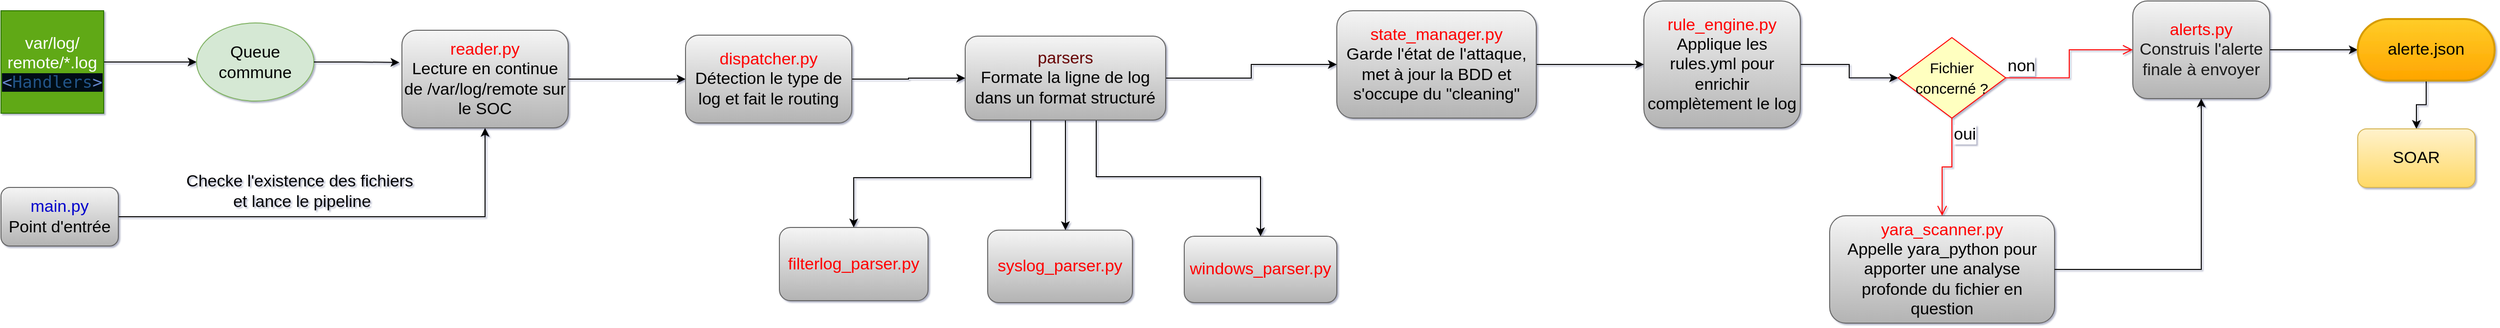
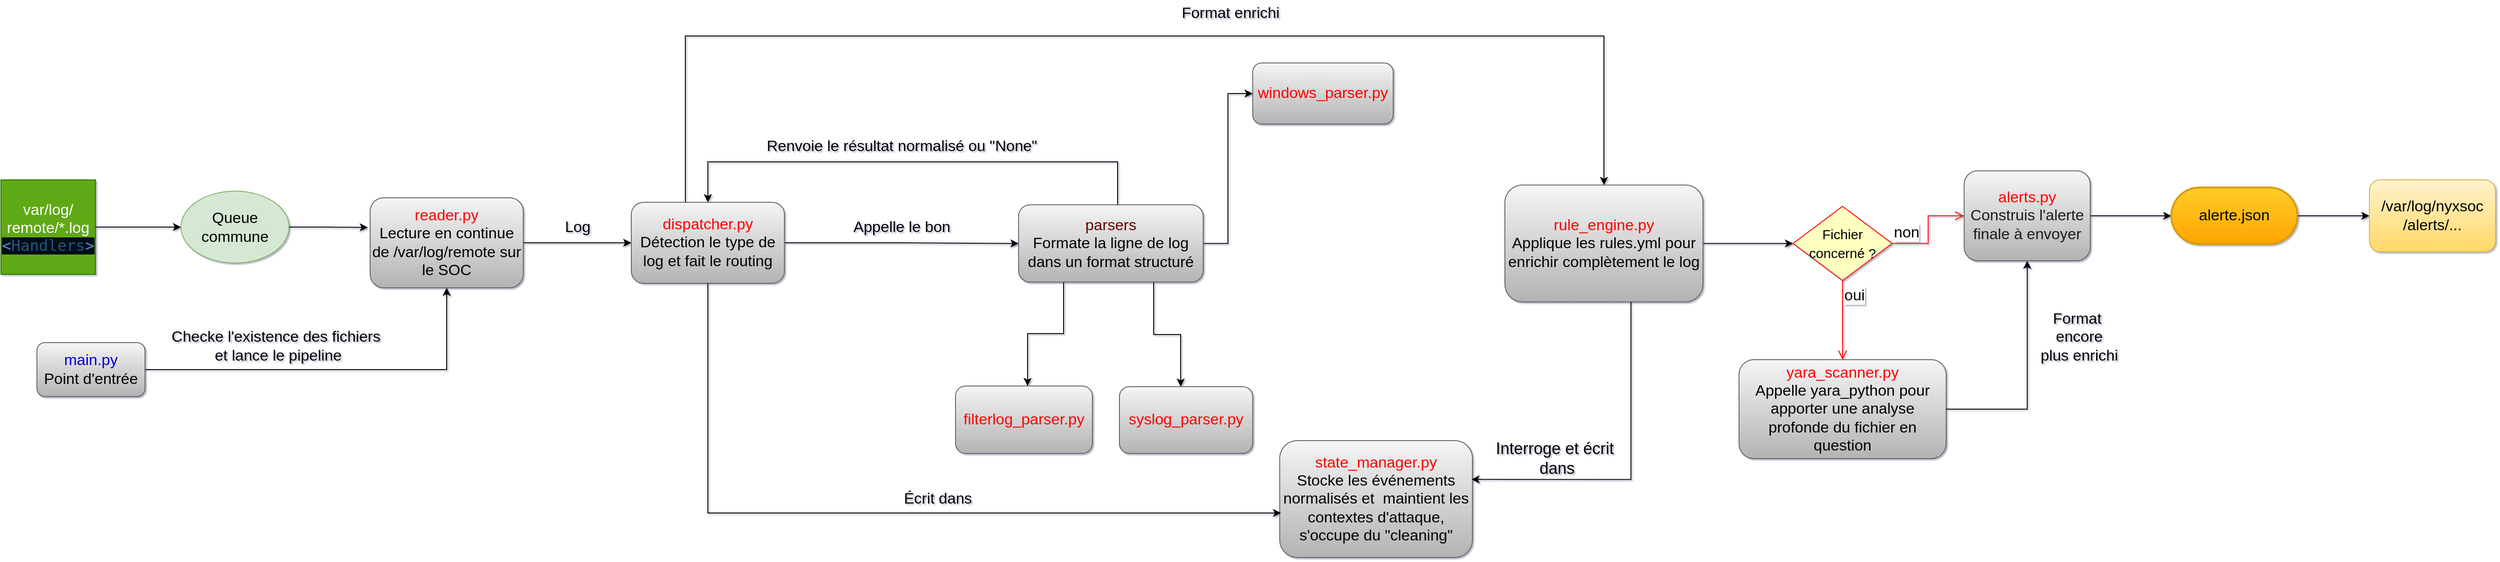
<mxfile host="Electron" agent="Mozilla/5.0 (X11; Linux x86_64) AppleWebKit/537.36 (KHTML, like Gecko) draw.io/28.2.5 Chrome/138.0.7204.251 Electron/37.6.1 Safari/537.36" version="28.2.5">
  <diagram name="Page-1" id="qJWeKlXTK-gKZJ3eUSt9">
-     <mxGraphModel dx="1892" dy="620" grid="1" gridSize="10" guides="1" tooltips="1" connect="1" arrows="1" fold="1" page="1" pageScale="1" pageWidth="850" pageHeight="1100" background="none" math="0" shadow="1">
+     <mxGraphModel dx="1892" dy="1720" grid="1" gridSize="10" guides="1" tooltips="1" connect="1" arrows="1" fold="1" page="1" pageScale="1" pageWidth="850" pageHeight="1100" background="none" math="0" shadow="1">
      <root>
        <mxCell id="0" />
        <mxCell id="1" parent="0" />
        <mxCell id="9cHgzWkD367EiADxWz_H-20" style="edgeStyle=orthogonalEdgeStyle;rounded=0;orthogonalLoop=1;jettySize=auto;html=1;" parent="1" source="pcub9_wHz_MF4MuEqVLh-2" target="pcub9_wHz_MF4MuEqVLh-5" edge="1">
          <mxGeometry relative="1" as="geometry" />
        </mxCell>
        <mxCell id="pcub9_wHz_MF4MuEqVLh-2" value="&lt;font style=&quot;color: rgb(0, 0, 204);&quot;&gt;main.py&lt;/font&gt;&lt;div&gt;Point d&#39;entrée&lt;/div&gt;" style="rounded=1;whiteSpace=wrap;html=1;fillColor=#f5f5f5;strokeColor=#666666;gradientColor=#b3b3b3;fontSize=17;" parent="1" vertex="1">
-           <mxGeometry x="-600" y="281" width="120" height="60" as="geometry" />
+           <mxGeometry x="-560" y="281" width="120" height="60" as="geometry" />
        </mxCell>
        <mxCell id="pcub9_wHz_MF4MuEqVLh-3" value="&lt;font style=&quot;color: rgb(255, 0, 0);&quot;&gt;syslog_parser.py&lt;/font&gt;" style="rounded=1;whiteSpace=wrap;html=1;fillColor=#f5f5f5;strokeColor=#666666;gradientColor=#b3b3b3;fontSize=17;" parent="1" vertex="1">
-           <mxGeometry x="409" y="324.75" width="148" height="74.25" as="geometry" />
+           <mxGeometry x="642" y="330" width="148" height="74.25" as="geometry" />
        </mxCell>
        <mxCell id="9cHgzWkD367EiADxWz_H-16" style="edgeStyle=orthogonalEdgeStyle;rounded=0;orthogonalLoop=1;jettySize=auto;html=1;entryX=0;entryY=0.5;entryDx=0;entryDy=0;fontSize=17;" parent="1" source="pcub9_wHz_MF4MuEqVLh-4" target="9cHgzWkD367EiADxWz_H-12" edge="1">
          <mxGeometry relative="1" as="geometry" />
        </mxCell>
        <mxCell id="pcub9_wHz_MF4MuEqVLh-4" value="&lt;font style=&quot;color: rgb(255, 0, 0);&quot;&gt;rule_engine.py&lt;/font&gt;&lt;div&gt;&lt;font style=&quot;color: rgb(0, 0, 0);&quot;&gt;Applique les rules.yml pour enrichir complètement le log&lt;/font&gt;&lt;/div&gt;" style="rounded=1;whiteSpace=wrap;html=1;fillColor=#f5f5f5;strokeColor=#666666;gradientColor=#b3b3b3;fontSize=17;" parent="1" vertex="1">
-           <mxGeometry x="1080" y="90" width="160" height="130" as="geometry" />
+           <mxGeometry x="1070" y="105.75" width="220" height="130" as="geometry" />
        </mxCell>
        <mxCell id="9cHgzWkD367EiADxWz_H-10" style="edgeStyle=orthogonalEdgeStyle;rounded=0;orthogonalLoop=1;jettySize=auto;html=1;fontSize=17;" parent="1" source="pcub9_wHz_MF4MuEqVLh-5" target="SQx8ZzFrdILZ-AVDOKFy-1" edge="1">
          <mxGeometry relative="1" as="geometry" />
        </mxCell>
        <mxCell id="pcub9_wHz_MF4MuEqVLh-5" value="&lt;font style=&quot;color: rgb(255, 0, 0);&quot;&gt;reader.py&lt;/font&gt;&lt;div&gt;Lecture en continue de /var/log/remote sur le SOC&lt;/div&gt;" style="rounded=1;whiteSpace=wrap;html=1;fillColor=#f5f5f5;strokeColor=#666666;gradientColor=#b3b3b3;fontSize=17;" parent="1" vertex="1">
          <mxGeometry x="-190" y="120" width="170" height="100" as="geometry" />
        </mxCell>
        <mxCell id="pcub9_wHz_MF4MuEqVLh-6" value="&lt;font style=&quot;color: rgb(255, 0, 0);&quot;&gt;filterlog_parser.py&lt;/font&gt;" style="rounded=1;whiteSpace=wrap;html=1;fillColor=#f5f5f5;strokeColor=#666666;gradientColor=#b3b3b3;fontSize=17;" parent="1" vertex="1">
-           <mxGeometry x="196" y="322" width="152" height="75" as="geometry" />
+           <mxGeometry x="460" y="329.25" width="152" height="75" as="geometry" />
        </mxCell>
-         <mxCell id="9cHgzWkD367EiADxWz_H-15" style="edgeStyle=orthogonalEdgeStyle;rounded=0;orthogonalLoop=1;jettySize=auto;html=1;fontSize=17;" parent="1" source="pcub9_wHz_MF4MuEqVLh-7" target="pcub9_wHz_MF4MuEqVLh-4" edge="1">
-           <mxGeometry relative="1" as="geometry" />
-         </mxCell>
-         <mxCell id="pcub9_wHz_MF4MuEqVLh-7" value="&lt;font style=&quot;color: rgb(255, 0, 0);&quot;&gt;state_manager.py&lt;/font&gt;&lt;div&gt;&lt;font style=&quot;color: rgb(0, 0, 0);&quot;&gt;Garde l&#39;état de l&#39;attaque, met à jour la BDD et s&#39;occupe du &quot;cleaning&quot;&lt;/font&gt;&lt;/div&gt;" style="rounded=1;whiteSpace=wrap;html=1;fillColor=#f5f5f5;strokeColor=#666666;gradientColor=#b3b3b3;fontSize=17;" parent="1" vertex="1">
-           <mxGeometry x="766" y="100" width="204" height="110" as="geometry" />
+         <mxCell id="pcub9_wHz_MF4MuEqVLh-7" value="&lt;font style=&quot;color: rgb(255, 0, 0);&quot;&gt;state_manager.py&lt;/font&gt;&lt;div&gt;&lt;font style=&quot;color: rgb(0, 0, 0);&quot;&gt;Stocke les événements normalisés et&amp;nbsp; maintient les contextes d&#39;attaque,&lt;/font&gt;&lt;/div&gt;&lt;div&gt;&lt;font style=&quot;color: rgb(0, 0, 0);&quot;&gt;s&#39;occupe du &quot;cleaning&quot;&lt;/font&gt;&lt;/div&gt;" style="rounded=1;whiteSpace=wrap;html=1;fillColor=#f5f5f5;strokeColor=#666666;gradientColor=#b3b3b3;fontSize=17;" parent="1" vertex="1">
+           <mxGeometry x="820" y="390" width="214" height="130" as="geometry" />
        </mxCell>
        <mxCell id="pcub9_wHz_MF4MuEqVLh-12" style="edgeStyle=orthogonalEdgeStyle;rounded=0;orthogonalLoop=1;jettySize=auto;html=1;fontSize=17;" parent="1" source="pcub9_wHz_MF4MuEqVLh-8" target="pcub9_wHz_MF4MuEqVLh-6" edge="1">
          <mxGeometry relative="1" as="geometry">
            <Array as="points">
-               <mxPoint x="453" y="271" />
-               <mxPoint x="272" y="271" />
+               <mxPoint x="580" y="271" />
+               <mxPoint x="540" y="271" />
            </Array>
          </mxGeometry>
        </mxCell>
-         <mxCell id="pcub9_wHz_MF4MuEqVLh-13" style="edgeStyle=orthogonalEdgeStyle;rounded=0;orthogonalLoop=1;jettySize=auto;html=1;entryX=0.5;entryY=0;entryDx=0;entryDy=0;fontSize=17;" parent="1" source="pcub9_wHz_MF4MuEqVLh-8" target="pcub9_wHz_MF4MuEqVLh-9" edge="1">
+         <mxCell id="IYnnx1RORsS2P3OY62Xk-8" style="edgeStyle=orthogonalEdgeStyle;rounded=0;orthogonalLoop=1;jettySize=auto;html=1;entryX=0.5;entryY=0;entryDx=0;entryDy=0;" edge="1" parent="1" source="pcub9_wHz_MF4MuEqVLh-8" target="SQx8ZzFrdILZ-AVDOKFy-1">
          <mxGeometry relative="1" as="geometry">
            <Array as="points">
-               <mxPoint x="520" y="270" />
-               <mxPoint x="688" y="270" />
+               <mxPoint x="640" y="80" />
+               <mxPoint x="185" y="80" />
            </Array>
          </mxGeometry>
        </mxCell>
-         <mxCell id="pcub9_wHz_MF4MuEqVLh-14" style="edgeStyle=orthogonalEdgeStyle;rounded=0;orthogonalLoop=1;jettySize=auto;html=1;fontSize=17;" parent="1" source="pcub9_wHz_MF4MuEqVLh-8" target="pcub9_wHz_MF4MuEqVLh-3" edge="1">
+         <mxCell id="IYnnx1RORsS2P3OY62Xk-14" style="edgeStyle=orthogonalEdgeStyle;rounded=0;orthogonalLoop=1;jettySize=auto;html=1;entryX=0;entryY=0.5;entryDx=0;entryDy=0;" edge="1" parent="1" source="pcub9_wHz_MF4MuEqVLh-8" target="pcub9_wHz_MF4MuEqVLh-9">
+           <mxGeometry relative="1" as="geometry" />
+         </mxCell>
+         <mxCell id="IYnnx1RORsS2P3OY62Xk-15" style="edgeStyle=orthogonalEdgeStyle;rounded=0;orthogonalLoop=1;jettySize=auto;html=1;" edge="1" parent="1" source="pcub9_wHz_MF4MuEqVLh-8" target="pcub9_wHz_MF4MuEqVLh-3">
          <mxGeometry relative="1" as="geometry">
            <Array as="points">
-               <mxPoint x="480" y="330" />
-               <mxPoint x="480" y="330" />
+               <mxPoint x="680" y="272" />
+               <mxPoint x="710" y="272" />
            </Array>
          </mxGeometry>
        </mxCell>
-         <mxCell id="pcub9_wHz_MF4MuEqVLh-16" style="edgeStyle=orthogonalEdgeStyle;rounded=0;orthogonalLoop=1;jettySize=auto;html=1;fontSize=17;" parent="1" source="pcub9_wHz_MF4MuEqVLh-8" target="pcub9_wHz_MF4MuEqVLh-7" edge="1">
-           <mxGeometry relative="1" as="geometry" />
-         </mxCell>
        <mxCell id="pcub9_wHz_MF4MuEqVLh-8" value="&lt;font style=&quot;color: rgb(102, 0, 0);&quot;&gt;parsers&lt;/font&gt;&lt;div&gt;&lt;font style=&quot;color: rgb(0, 0, 0);&quot;&gt;Formate la ligne de log dans un format structuré&lt;/font&gt;&lt;/div&gt;" style="rounded=1;whiteSpace=wrap;html=1;fillColor=#f5f5f5;strokeColor=#666666;gradientColor=#b3b3b3;fontSize=17;" parent="1" vertex="1">
-           <mxGeometry x="386" y="126" width="205" height="86" as="geometry" />
+           <mxGeometry x="530" y="127.75" width="205" height="86" as="geometry" />
        </mxCell>
        <mxCell id="pcub9_wHz_MF4MuEqVLh-9" value="&lt;font style=&quot;color: rgb(255, 0, 0);&quot;&gt;windows_parser.py&lt;/font&gt;" style="rounded=1;whiteSpace=wrap;html=1;fillColor=#f5f5f5;strokeColor=#666666;gradientColor=#b3b3b3;fontSize=17;" parent="1" vertex="1">
-           <mxGeometry x="610" y="331" width="156" height="68" as="geometry" />
+           <mxGeometry x="790" y="-30" width="156" height="68" as="geometry" />
        </mxCell>
        <mxCell id="pcub9_wHz_MF4MuEqVLh-11" value="Checke l&#39;existence des fichiers&lt;div&gt;&amp;nbsp;et lance le pipeline&lt;/div&gt;" style="text;html=1;align=center;verticalAlign=middle;resizable=0;points=[];autosize=1;strokeColor=none;fillColor=none;fontSize=17;" parent="1" vertex="1">
          <mxGeometry x="-425" y="260" width="260" height="50" as="geometry" />
        </mxCell>
        <mxCell id="pcub9_wHz_MF4MuEqVLh-19" style="edgeStyle=orthogonalEdgeStyle;rounded=0;orthogonalLoop=1;jettySize=auto;html=1;fontSize=17;" parent="1" source="pcub9_wHz_MF4MuEqVLh-17" target="pcub9_wHz_MF4MuEqVLh-18" edge="1">
          <mxGeometry relative="1" as="geometry" />
        </mxCell>
        <mxCell id="pcub9_wHz_MF4MuEqVLh-17" value="&lt;font style=&quot;color: rgb(255, 0, 0);&quot;&gt;alerts.py&lt;/font&gt;&lt;div&gt;&lt;font style=&quot;color: rgb(26, 26, 26);&quot;&gt;Construis l&#39;alerte finale à envoyer&lt;/font&gt;&lt;/div&gt;" style="rounded=1;whiteSpace=wrap;html=1;fillColor=#f5f5f5;strokeColor=#666666;gradientColor=#b3b3b3;fontSize=17;" parent="1" vertex="1">
          <mxGeometry x="1580" y="90" width="140" height="100" as="geometry" />
        </mxCell>
        <mxCell id="9cHgzWkD367EiADxWz_H-18" style="edgeStyle=orthogonalEdgeStyle;rounded=0;orthogonalLoop=1;jettySize=auto;html=1;fontSize=17;" parent="1" source="pcub9_wHz_MF4MuEqVLh-18" target="9cHgzWkD367EiADxWz_H-19" edge="1">
          <mxGeometry relative="1" as="geometry">
            <mxPoint x="1860" y="250" as="targetPoint" />
          </mxGeometry>
        </mxCell>
        <mxCell id="pcub9_wHz_MF4MuEqVLh-18" value="alerte.json" style="rounded=1;whiteSpace=wrap;arcSize=50;strokeWidth=2;fillColor=#ffcd28;gradientColor=#ffa500;strokeColor=#d79b00;fontSize=17;" parent="1" vertex="1">
          <mxGeometry x="1810" y="108.5" width="140" height="63" as="geometry" />
        </mxCell>
-         <mxCell id="9cHgzWkD367EiADxWz_H-11" style="edgeStyle=orthogonalEdgeStyle;rounded=0;orthogonalLoop=1;jettySize=auto;html=1;entryX=0;entryY=0.5;entryDx=0;entryDy=0;fontSize=17;" parent="1" source="SQx8ZzFrdILZ-AVDOKFy-1" target="pcub9_wHz_MF4MuEqVLh-8" edge="1">
+         <mxCell id="IYnnx1RORsS2P3OY62Xk-12" style="edgeStyle=orthogonalEdgeStyle;rounded=0;orthogonalLoop=1;jettySize=auto;html=1;entryX=0;entryY=0.5;entryDx=0;entryDy=0;" edge="1" parent="1" source="SQx8ZzFrdILZ-AVDOKFy-1" target="pcub9_wHz_MF4MuEqVLh-8">
          <mxGeometry relative="1" as="geometry" />
+         </mxCell>
+         <mxCell id="IYnnx1RORsS2P3OY62Xk-16" style="edgeStyle=orthogonalEdgeStyle;rounded=0;orthogonalLoop=1;jettySize=auto;html=1;entryX=0.5;entryY=0;entryDx=0;entryDy=0;" edge="1" parent="1" source="SQx8ZzFrdILZ-AVDOKFy-1" target="pcub9_wHz_MF4MuEqVLh-4">
+           <mxGeometry relative="1" as="geometry">
+             <Array as="points">
+               <mxPoint x="160" y="-60" />
+               <mxPoint x="1180" y="-60" />
+             </Array>
+           </mxGeometry>
        </mxCell>
        <mxCell id="SQx8ZzFrdILZ-AVDOKFy-1" value="&lt;font style=&quot;color: rgb(255, 0, 0);&quot;&gt;dispatcher.py&lt;/font&gt;&lt;div&gt;Détection le type de log et fait le routing&lt;/div&gt;" style="rounded=1;whiteSpace=wrap;html=1;fillColor=#f5f5f5;strokeColor=#666666;gradientColor=#b3b3b3;fontSize=17;" parent="1" vertex="1">
          <mxGeometry x="100" y="125" width="170" height="90" as="geometry" />
        </mxCell>
        <mxCell id="SQx8ZzFrdILZ-AVDOKFy-2" value="&lt;font style=&quot;color: rgb(255, 0, 0);&quot;&gt;yara_scanner.py&lt;/font&gt;&lt;div&gt;&lt;font style=&quot;color: rgb(0, 0, 0);&quot;&gt;Appelle yara_python pour apporter une analyse profonde du fichier en question&lt;/font&gt;&lt;/div&gt;" style="rounded=1;whiteSpace=wrap;html=1;fillColor=#f5f5f5;strokeColor=#666666;gradientColor=#b3b3b3;fontSize=17;" parent="1" vertex="1">
-           <mxGeometry x="1270" y="310" width="230" height="110" as="geometry" />
+           <mxGeometry x="1330" y="300" width="230" height="110" as="geometry" />
        </mxCell>
        <mxCell id="9cHgzWkD367EiADxWz_H-8" style="edgeStyle=orthogonalEdgeStyle;rounded=0;orthogonalLoop=1;jettySize=auto;html=1;entryX=0;entryY=0.5;entryDx=0;entryDy=0;fontSize=17;" parent="1" source="9cHgzWkD367EiADxWz_H-3" target="9cHgzWkD367EiADxWz_H-7" edge="1">
          <mxGeometry relative="1" as="geometry" />
        </mxCell>
        <mxCell id="9cHgzWkD367EiADxWz_H-3" value="&lt;font&gt;var/log/&lt;/font&gt;&lt;div&gt;&lt;font&gt;remote/*.log&lt;/font&gt;&lt;/div&gt;&lt;div&gt;&lt;font&gt;&lt;div style=&quot;background-color: rgb(0, 12, 24); font-family: &amp;quot;Droid Sans Mono&amp;quot;, monospace; line-height: 19px; white-space: pre;&quot;&gt;&lt;span style=&quot;color: rgb(102, 136, 204);&quot;&gt;&amp;lt;&lt;/span&gt;&lt;font color=&quot;#225588&quot;&gt;Handlers&lt;/font&gt;&lt;font color=&quot;#6688cc&quot;&gt;&amp;gt;&lt;/font&gt;&lt;/div&gt;&lt;/font&gt;&lt;/div&gt;" style="whiteSpace=wrap;html=1;aspect=fixed;fillColor=#60a917;fontColor=#ffffff;strokeColor=#2D7600;fontSize=17;" parent="1" vertex="1">
          <mxGeometry x="-600" y="100" width="105" height="105" as="geometry" />
        </mxCell>
        <mxCell id="9cHgzWkD367EiADxWz_H-7" value="Queue commune" style="ellipse;whiteSpace=wrap;html=1;fontSize=17;fillColor=#d5e8d4;strokeColor=#82b366;" parent="1" vertex="1">
          <mxGeometry x="-400" y="112.5" width="120" height="80" as="geometry" />
        </mxCell>
        <mxCell id="9cHgzWkD367EiADxWz_H-9" style="edgeStyle=orthogonalEdgeStyle;rounded=0;orthogonalLoop=1;jettySize=auto;html=1;entryX=-0.015;entryY=0.33;entryDx=0;entryDy=0;entryPerimeter=0;fontSize=17;" parent="1" source="9cHgzWkD367EiADxWz_H-7" target="pcub9_wHz_MF4MuEqVLh-5" edge="1">
          <mxGeometry relative="1" as="geometry" />
        </mxCell>
        <mxCell id="9cHgzWkD367EiADxWz_H-12" value="&lt;font style=&quot;font-size: 15px;&quot;&gt;Fichier concerné ?&lt;/font&gt;" style="rhombus;whiteSpace=wrap;html=1;fontColor=#000000;fillColor=#ffffc0;strokeColor=#ff0000;fontSize=17;" parent="1" vertex="1">
-           <mxGeometry x="1340" y="127.5" width="110" height="82.5" as="geometry" />
+           <mxGeometry x="1390" y="129.5" width="110" height="82.5" as="geometry" />
        </mxCell>
        <mxCell id="9cHgzWkD367EiADxWz_H-13" value="non" style="edgeStyle=orthogonalEdgeStyle;html=1;align=left;verticalAlign=bottom;endArrow=open;endSize=8;strokeColor=#ff0000;rounded=0;entryX=0;entryY=0.5;entryDx=0;entryDy=0;fontSize=17;" parent="1" source="9cHgzWkD367EiADxWz_H-12" target="pcub9_wHz_MF4MuEqVLh-17" edge="1">
          <mxGeometry x="-1" relative="1" as="geometry">
            <mxPoint x="1520" y="130" as="targetPoint" />
            <mxPoint as="offset" />
          </mxGeometry>
        </mxCell>
        <mxCell id="9cHgzWkD367EiADxWz_H-14" value="oui" style="edgeStyle=orthogonalEdgeStyle;html=1;align=left;verticalAlign=top;endArrow=open;endSize=8;strokeColor=#ff0000;rounded=0;entryX=0.5;entryY=0;entryDx=0;entryDy=0;fontSize=17;" parent="1" source="9cHgzWkD367EiADxWz_H-12" target="SQx8ZzFrdILZ-AVDOKFy-2" edge="1">
          <mxGeometry x="-1" relative="1" as="geometry">
            <mxPoint x="1290" y="390" as="targetPoint" />
            <Array as="points" />
            <mxPoint as="offset" />
          </mxGeometry>
        </mxCell>
        <mxCell id="9cHgzWkD367EiADxWz_H-17" style="edgeStyle=orthogonalEdgeStyle;rounded=0;orthogonalLoop=1;jettySize=auto;html=1;entryX=0.5;entryY=1;entryDx=0;entryDy=0;fontSize=17;" parent="1" source="SQx8ZzFrdILZ-AVDOKFy-2" target="pcub9_wHz_MF4MuEqVLh-17" edge="1">
          <mxGeometry relative="1" as="geometry" />
        </mxCell>
-         <mxCell id="9cHgzWkD367EiADxWz_H-19" value="&lt;font style=&quot;color: rgb(0, 0, 0);&quot;&gt;SOAR&lt;/font&gt;" style="rounded=1;whiteSpace=wrap;html=1;fillColor=#fff2cc;strokeColor=#d6b656;fontSize=17;gradientColor=#ffd966;" parent="1" vertex="1">
-           <mxGeometry x="1810" y="221" width="120" height="60" as="geometry" />
+         <mxCell id="9cHgzWkD367EiADxWz_H-19" value="&lt;font style=&quot;color: rgb(0, 0, 0);&quot;&gt;/var/log/nyxsoc&lt;/font&gt;&lt;div&gt;&lt;font style=&quot;color: rgb(0, 0, 0);&quot;&gt;/alerts/...&lt;/font&gt;&lt;/div&gt;" style="rounded=1;whiteSpace=wrap;html=1;fillColor=#fff2cc;strokeColor=#d6b656;fontSize=17;gradientColor=#ffd966;" parent="1" vertex="1">
+           <mxGeometry x="2030" y="100" width="140" height="80" as="geometry" />
+         </mxCell>
+         <mxCell id="IYnnx1RORsS2P3OY62Xk-2" value="&lt;font style=&quot;font-size: 17px;&quot;&gt;Log&lt;/font&gt;" style="text;html=1;align=center;verticalAlign=middle;resizable=0;points=[];autosize=1;strokeColor=none;fillColor=none;" vertex="1" parent="1">
+           <mxGeometry x="15" y="137.5" width="50" height="30" as="geometry" />
+         </mxCell>
+         <mxCell id="IYnnx1RORsS2P3OY62Xk-3" value="&lt;font style=&quot;font-size: 17px;&quot;&gt;Format enrichi&lt;/font&gt;" style="text;html=1;align=center;verticalAlign=middle;resizable=0;points=[];autosize=1;strokeColor=none;fillColor=none;" vertex="1" parent="1">
+           <mxGeometry x="700" y="-100" width="130" height="30" as="geometry" />
+         </mxCell>
+         <mxCell id="IYnnx1RORsS2P3OY62Xk-4" value="&lt;font style=&quot;font-size: 17px;&quot;&gt;Format&lt;/font&gt;&lt;div&gt;&lt;font style=&quot;font-size: 17px;&quot;&gt;&amp;nbsp;encore&lt;/font&gt;&lt;div&gt;&lt;font style=&quot;font-size: 17px;&quot;&gt;&amp;nbsp;plus enrichi&lt;/font&gt;&lt;/div&gt;&lt;/div&gt;" style="text;html=1;align=center;verticalAlign=middle;resizable=0;points=[];autosize=1;strokeColor=none;fillColor=none;" vertex="1" parent="1">
+           <mxGeometry x="1650" y="240" width="110" height="70" as="geometry" />
+         </mxCell>
+         <mxCell id="IYnnx1RORsS2P3OY62Xk-5" style="edgeStyle=orthogonalEdgeStyle;rounded=0;orthogonalLoop=1;jettySize=auto;html=1;entryX=0.995;entryY=0.332;entryDx=0;entryDy=0;entryPerimeter=0;" edge="1" parent="1" source="pcub9_wHz_MF4MuEqVLh-4" target="pcub9_wHz_MF4MuEqVLh-7">
+           <mxGeometry relative="1" as="geometry">
+             <Array as="points">
+               <mxPoint x="1210" y="434" />
+             </Array>
+           </mxGeometry>
+         </mxCell>
+         <mxCell id="IYnnx1RORsS2P3OY62Xk-6" value="&lt;font style=&quot;font-size: 18px;&quot;&gt;Interroge et écrit&lt;/font&gt;&lt;div&gt;&lt;font style=&quot;font-size: 18px;&quot;&gt;&amp;nbsp;dans&lt;/font&gt;&lt;/div&gt;" style="text;html=1;align=center;verticalAlign=middle;resizable=0;points=[];autosize=1;strokeColor=none;fillColor=none;" vertex="1" parent="1">
+           <mxGeometry x="1050" y="380" width="150" height="60" as="geometry" />
+         </mxCell>
+         <mxCell id="IYnnx1RORsS2P3OY62Xk-7" value="&lt;font style=&quot;font-size: 17px;&quot;&gt;Appelle le bon&lt;/font&gt;" style="text;html=1;align=center;verticalAlign=middle;resizable=0;points=[];autosize=1;strokeColor=none;fillColor=none;" vertex="1" parent="1">
+           <mxGeometry x="335" y="137.5" width="130" height="30" as="geometry" />
+         </mxCell>
+         <mxCell id="IYnnx1RORsS2P3OY62Xk-9" value="&lt;font style=&quot;font-size: 17px;&quot;&gt;Renvoie le résultat normalisé ou &quot;None&quot;&lt;/font&gt;" style="text;html=1;align=center;verticalAlign=middle;resizable=0;points=[];autosize=1;strokeColor=none;fillColor=none;" vertex="1" parent="1">
+           <mxGeometry x="240" y="48" width="320" height="30" as="geometry" />
+         </mxCell>
+         <mxCell id="IYnnx1RORsS2P3OY62Xk-10" style="edgeStyle=orthogonalEdgeStyle;rounded=0;orthogonalLoop=1;jettySize=auto;html=1;entryX=0.007;entryY=0.619;entryDx=0;entryDy=0;entryPerimeter=0;" edge="1" parent="1" source="SQx8ZzFrdILZ-AVDOKFy-1" target="pcub9_wHz_MF4MuEqVLh-7">
+           <mxGeometry relative="1" as="geometry">
+             <Array as="points">
+               <mxPoint x="185" y="471" />
+             </Array>
+           </mxGeometry>
+         </mxCell>
+         <mxCell id="IYnnx1RORsS2P3OY62Xk-11" value="&lt;font style=&quot;font-size: 17px;&quot;&gt;Écrit dans&lt;/font&gt;" style="text;html=1;align=center;verticalAlign=middle;resizable=0;points=[];autosize=1;strokeColor=none;fillColor=none;" vertex="1" parent="1">
+           <mxGeometry x="390" y="440" width="100" height="30" as="geometry" />
        </mxCell>
      </root>
    </mxGraphModel>
  </diagram>
</mxfile>
